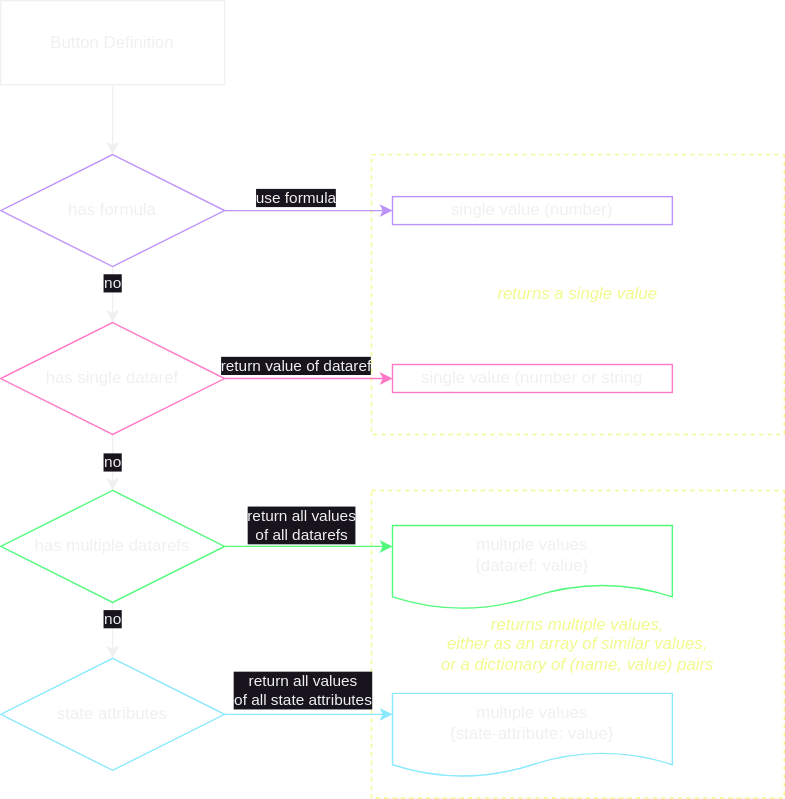
Earlier version of the draw.io export docs/images/compute value.svg (devleaks/cockpitdecks-docs). Source tidied: cells renumbered, new cells last; positions are measured from the earlier drawing's top-left corner, leaving out a move shared by most shapes. Its diagram source:
```xml
<mxGraphModel>
  <root>
    <mxCell id="0" />
    <mxCell id="1" parent="0" />
    <mxCell id="2" value="returns a single value" style="rounded=0;whiteSpace=wrap;html=1;fillColor=none;align=center;dashed=1;fontStyle=2;strokeColor=#F1FA8C;fontColor=#F1FA8C;perimeterSpacing=0;spacing=17;" parent="1" vertex="1">
      <mxGeometry x="265" y="110" width="295" height="200" as="geometry" />
    </mxCell>
    <mxCell id="3" value="returns multiple values,&lt;br&gt;either as an array of similar values,&lt;br&gt;or a dictionary of (name, value) pairs" style="rounded=0;whiteSpace=wrap;html=1;fillColor=none;align=center;dashed=1;fontStyle=2;strokeColor=#F1FA8C;fontColor=#F1FA8C;perimeterSpacing=0;spacing=17;" parent="1" vertex="1">
      <mxGeometry x="265" y="350" width="295" height="220" as="geometry" />
    </mxCell>
    <mxCell id="4" style="edgeStyle=orthogonalEdgeStyle;rounded=0;jettySize=auto;html=1;entryX=0;entryY=0.5;entryDx=0;entryDy=0;strokeColor=#BD93F9;" parent="1" edge="1" source="8" target="18">
      <mxGeometry relative="1" as="geometry" />
    </mxCell>
    <mxCell id="5" value="use formula" style="edgeLabel;html=1;align=center;verticalAlign=middle;" parent="4" vertex="1">
      <mxGeometry x="0.15" y="1" relative="1" as="geometry">
        <mxPoint x="-19" y="-9" as="offset" />
      </mxGeometry>
    </mxCell>
    <mxCell id="6" style="edgeStyle=orthogonalEdgeStyle;rounded=0;jettySize=auto;html=1;entryX=0.5;entryY=0;entryDx=0;entryDy=0;" parent="1" edge="1" source="8" target="12">
      <mxGeometry relative="1" as="geometry">
        <Array as="points">
          <mxPoint x="80" y="210" />
          <mxPoint x="80" y="210" />
        </Array>
      </mxGeometry>
    </mxCell>
    <mxCell id="7" value="no" style="edgeLabel;html=1;align=center;verticalAlign=middle;" parent="6" vertex="1">
      <mxGeometry x="-0.43" y="-1" relative="1" as="geometry" />
    </mxCell>
    <mxCell id="8" value="has formula" style="rhombus;whiteSpace=wrap;html=1;fillColor=none;strokeColor=#BD93F9;" parent="1" vertex="1">
      <mxGeometry y="110" width="160" height="80" as="geometry" />
    </mxCell>
    <mxCell id="9" style="edgeStyle=orthogonalEdgeStyle;rounded=0;jettySize=auto;html=1;entryX=0;entryY=0.5;entryDx=0;entryDy=0;strokeColor=#FF79C6;" parent="1" edge="1" source="12" target="19">
      <mxGeometry relative="1" as="geometry" />
    </mxCell>
    <mxCell id="10" value="return value of dataref" style="edgeLabel;html=1;align=center;verticalAlign=middle;" parent="9" vertex="1">
      <mxGeometry x="-0.4" y="-1" relative="1" as="geometry">
        <mxPoint x="14" y="-11" as="offset" />
      </mxGeometry>
    </mxCell>
    <mxCell id="11" value="no" style="edgeStyle=orthogonalEdgeStyle;rounded=0;jettySize=auto;html=1;entryX=0.5;entryY=0;entryDx=0;entryDy=0;" parent="1" edge="1" source="12" target="17">
      <mxGeometry relative="1" as="geometry" />
    </mxCell>
    <mxCell id="12" value="has single dataref" style="rhombus;whiteSpace=wrap;html=1;fillColor=none;strokeColor=#FF79C6;" parent="1" vertex="1">
      <mxGeometry y="230" width="160" height="80" as="geometry" />
    </mxCell>
    <mxCell id="13" style="edgeStyle=orthogonalEdgeStyle;rounded=0;jettySize=auto;html=1;entryX=0;entryY=0.25;entryDx=0;entryDy=0;strokeColor=#50FA7B;" parent="1" edge="1" source="17" target="20">
      <mxGeometry relative="1" as="geometry">
        <Array as="points">
          <mxPoint x="210" y="390" />
          <mxPoint x="210" y="390" />
        </Array>
      </mxGeometry>
    </mxCell>
    <mxCell id="14" value="return all values&lt;div&gt;of all datarefs&lt;/div&gt;" style="edgeLabel;html=1;align=center;verticalAlign=middle;" parent="13" vertex="1">
      <mxGeometry x="-0.17" y="3" relative="1" as="geometry">
        <mxPoint x="4" y="-13" as="offset" />
      </mxGeometry>
    </mxCell>
    <mxCell id="15" style="edgeStyle=orthogonalEdgeStyle;rounded=0;jettySize=auto;html=1;entryX=0.5;entryY=0;entryDx=0;entryDy=0;" parent="1" edge="1" source="17" target="23">
      <mxGeometry relative="1" as="geometry" />
    </mxCell>
    <mxCell id="16" value="no" style="edgeLabel;html=1;align=center;verticalAlign=middle;" parent="15" vertex="1">
      <mxGeometry x="-0.44" y="-1" relative="1" as="geometry" />
    </mxCell>
    <mxCell id="17" value="has multiple datarefs" style="rhombus;whiteSpace=wrap;html=1;fillColor=none;strokeColor=#50FA7B;" parent="1" vertex="1">
      <mxGeometry y="350" width="160" height="80" as="geometry" />
    </mxCell>
    <mxCell id="18" value="single value (number)" style="rounded=0;whiteSpace=wrap;html=1;fillColor=none;strokeColor=#BD93F9;" parent="1" vertex="1">
      <mxGeometry x="280" y="140" width="200" height="20" as="geometry" />
    </mxCell>
    <mxCell id="19" value="single value (number or string" style="rounded=0;whiteSpace=wrap;html=1;fillColor=none;strokeColor=#FF79C6;" parent="1" vertex="1">
      <mxGeometry x="280" y="260" width="200" height="20" as="geometry" />
    </mxCell>
    <mxCell id="20" value="multiple values&lt;div&gt;{dataref: value}&lt;/div&gt;" style="shape=document;whiteSpace=wrap;html=1;boundedLbl=1;fillColor=none;strokeColor=#50FA7B;" parent="1" vertex="1">
      <mxGeometry x="280" y="375" width="200" height="60" as="geometry" />
    </mxCell>
    <mxCell id="21" style="edgeStyle=orthogonalEdgeStyle;rounded=0;jettySize=auto;html=1;entryX=0;entryY=0.25;entryDx=0;entryDy=0;strokeColor=#8BE9FD;" parent="1" edge="1" source="23" target="24">
      <mxGeometry relative="1" as="geometry" />
    </mxCell>
    <mxCell id="22" value="return all values&lt;div&gt;of all state attributes&lt;/div&gt;" style="edgeLabel;html=1;align=center;verticalAlign=middle;" parent="21" vertex="1">
      <mxGeometry x="-0.08" y="4" relative="1" as="geometry">
        <mxPoint y="-14" as="offset" />
      </mxGeometry>
    </mxCell>
    <mxCell id="23" value="state attributes" style="rhombus;whiteSpace=wrap;html=1;fillColor=none;strokeColor=#8BE9FD;" parent="1" vertex="1">
      <mxGeometry y="470" width="160" height="80" as="geometry" />
    </mxCell>
    <mxCell id="24" value="multiple values&lt;div&gt;{state-attribute: value}&lt;/div&gt;" style="shape=document;whiteSpace=wrap;html=1;boundedLbl=1;fillColor=none;strokeColor=#8BE9FD;" parent="1" vertex="1">
      <mxGeometry x="280" y="495" width="200" height="60" as="geometry" />
    </mxCell>
    <mxCell id="25" style="edgeStyle=orthogonalEdgeStyle;rounded=0;jettySize=auto;html=1;" parent="1" edge="1" source="26" target="8">
      <mxGeometry relative="1" as="geometry" />
    </mxCell>
    <mxCell id="26" value="Button Definition" style="rounded=0;whiteSpace=wrap;html=1;fillColor=none;" parent="1" vertex="1">
      <mxGeometry width="160" height="60" as="geometry" />
    </mxCell>
  </root>
</mxGraphModel>
```
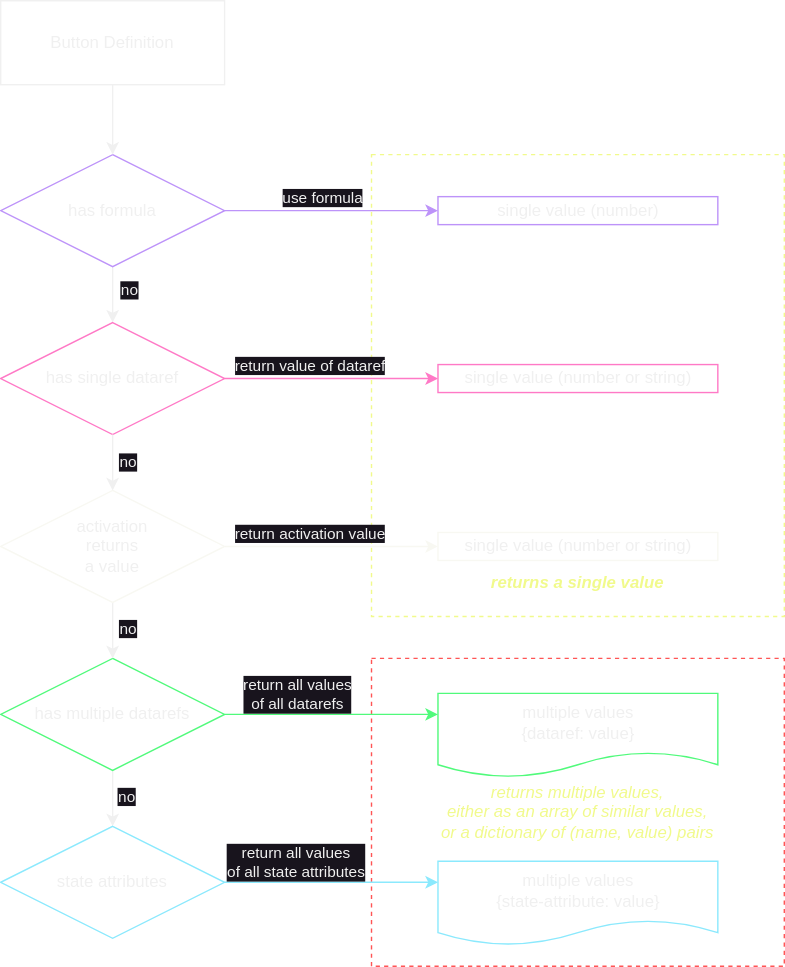
The same diagram one commit later.

What changed in the source:
```diff
@@ -2,11 +2,11 @@
   <root>
     <mxCell id="0" />
     <mxCell id="1" parent="0" />
-    <mxCell id="2" value="returns a single value" style="rounded=0;whiteSpace=wrap;html=1;fillColor=none;align=center;dashed=1;fontStyle=2;strokeColor=#F1FA8C;fontColor=#F1FA8C;perimeterSpacing=0;spacing=17;" parent="1" vertex="1">
-      <mxGeometry x="265" y="110" width="295" height="200" as="geometry" />
+    <mxCell id="2" value="&lt;b&gt;returns a single value&lt;/b&gt;" style="rounded=0;whiteSpace=wrap;html=1;fillColor=none;align=center;dashed=1;fontStyle=2;strokeColor=#F1FA8C;fontColor=#F1FA8C;perimeterSpacing=0;spacing=17;verticalAlign=bottom;" parent="1" vertex="1">
+      <mxGeometry x="265" y="110" width="295" height="330" as="geometry" />
     </mxCell>
-    <mxCell id="3" value="returns multiple values,&lt;br&gt;either as an array of similar values,&lt;br&gt;or a dictionary of (name, value) pairs" style="rounded=0;whiteSpace=wrap;html=1;fillColor=none;align=center;dashed=1;fontStyle=2;strokeColor=#F1FA8C;fontColor=#F1FA8C;perimeterSpacing=0;spacing=17;" parent="1" vertex="1">
-      <mxGeometry x="265" y="350" width="295" height="220" as="geometry" />
+    <mxCell id="3" value="returns multiple values,&lt;br&gt;either as an array of similar values,&lt;br&gt;or a dictionary of (name, value) pairs" style="rounded=0;whiteSpace=wrap;html=1;fillColor=none;align=center;dashed=1;fontStyle=2;strokeColor=#FF5555;fontColor=#F1FA8C;perimeterSpacing=0;spacing=17;" parent="1" vertex="1">
+      <mxGeometry x="265" y="470" width="295" height="220" as="geometry" />
     </mxCell>
     <mxCell id="4" style="edgeStyle=orthogonalEdgeStyle;rounded=0;jettySize=auto;html=1;entryX=0;entryY=0.5;entryDx=0;entryDy=0;strokeColor=#BD93F9;" parent="1" edge="1" source="8" target="18">
       <mxGeometry relative="1" as="geometry" />
@@ -16,16 +16,13 @@
         <mxPoint x="-19" y="-9" as="offset" />
       </mxGeometry>
     </mxCell>
-    <mxCell id="6" style="edgeStyle=orthogonalEdgeStyle;rounded=0;jettySize=auto;html=1;entryX=0.5;entryY=0;entryDx=0;entryDy=0;" parent="1" edge="1" source="8" target="12">
-      <mxGeometry relative="1" as="geometry">
-        <Array as="points">
-          <mxPoint x="80" y="210" />
-          <mxPoint x="80" y="210" />
-        </Array>
-      </mxGeometry>
+    <mxCell id="6" style="rounded=0;jettySize=auto;html=1;entryX=0.5;entryY=0;entryDx=0;entryDy=0;exitX=0.5;exitY=1;exitDx=0;exitDy=0;" parent="1" edge="1" source="8" target="12">
+      <mxGeometry relative="1" as="geometry" />
     </mxCell>
     <mxCell id="7" value="no" style="edgeLabel;html=1;align=center;verticalAlign=middle;" parent="6" vertex="1">
-      <mxGeometry x="-0.43" y="-1" relative="1" as="geometry" />
+      <mxGeometry x="-0.43" y="-1" relative="1" as="geometry">
+        <mxPoint x="12" y="5" as="offset" />
+      </mxGeometry>
     </mxCell>
     <mxCell id="8" value="has formula" style="rhombus;whiteSpace=wrap;html=1;fillColor=none;strokeColor=#BD93F9;" parent="1" vertex="1">
       <mxGeometry y="110" width="160" height="80" as="geometry" />
@@ -38,56 +35,50 @@
         <mxPoint x="14" y="-11" as="offset" />
       </mxGeometry>
     </mxCell>
-    <mxCell id="11" value="no" style="edgeStyle=orthogonalEdgeStyle;rounded=0;jettySize=auto;html=1;entryX=0.5;entryY=0;entryDx=0;entryDy=0;" parent="1" edge="1" source="12" target="17">
-      <mxGeometry relative="1" as="geometry" />
-    </mxCell>
     <mxCell id="12" value="has single dataref" style="rhombus;whiteSpace=wrap;html=1;fillColor=none;strokeColor=#FF79C6;" parent="1" vertex="1">
       <mxGeometry y="230" width="160" height="80" as="geometry" />
     </mxCell>
+    <mxCell id="15" style="rounded=0;jettySize=auto;html=1;entryX=0.5;entryY=0;entryDx=0;entryDy=0;" parent="1" edge="1" source="17" target="23">
+      <mxGeometry relative="1" as="geometry" />
+    </mxCell>
+    <mxCell id="16" value="no" style="edgeLabel;html=1;align=center;verticalAlign=middle;" parent="15" vertex="1">
+      <mxGeometry x="-0.44" y="-1" relative="1" as="geometry">
+        <mxPoint x="10" y="7" as="offset" />
+      </mxGeometry>
+    </mxCell>
     <mxCell id="13" style="edgeStyle=orthogonalEdgeStyle;rounded=0;jettySize=auto;html=1;entryX=0;entryY=0.25;entryDx=0;entryDy=0;strokeColor=#50FA7B;" parent="1" edge="1" source="17" target="20">
-      <mxGeometry relative="1" as="geometry">
-        <Array as="points">
-          <mxPoint x="210" y="390" />
-          <mxPoint x="210" y="390" />
-        </Array>
-      </mxGeometry>
+      <mxGeometry relative="1" as="geometry" />
     </mxCell>
     <mxCell id="14" value="return all values&lt;div&gt;of all datarefs&lt;/div&gt;" style="edgeLabel;html=1;align=center;verticalAlign=middle;" parent="13" vertex="1">
-      <mxGeometry x="-0.17" y="3" relative="1" as="geometry">
-        <mxPoint x="4" y="-13" as="offset" />
+      <mxGeometry x="-0.2" y="4" relative="1" as="geometry">
+        <mxPoint x="-10" y="-11" as="offset" />
       </mxGeometry>
     </mxCell>
-    <mxCell id="15" style="edgeStyle=orthogonalEdgeStyle;rounded=0;jettySize=auto;html=1;entryX=0.5;entryY=0;entryDx=0;entryDy=0;" parent="1" edge="1" source="17" target="23">
-      <mxGeometry relative="1" as="geometry" />
-    </mxCell>
-    <mxCell id="16" value="no" style="edgeLabel;html=1;align=center;verticalAlign=middle;" parent="15" vertex="1">
-      <mxGeometry x="-0.44" y="-1" relative="1" as="geometry" />
-    </mxCell>
     <mxCell id="17" value="has multiple datarefs" style="rhombus;whiteSpace=wrap;html=1;fillColor=none;strokeColor=#50FA7B;" parent="1" vertex="1">
-      <mxGeometry y="350" width="160" height="80" as="geometry" />
+      <mxGeometry y="470" width="160" height="80" as="geometry" />
     </mxCell>
     <mxCell id="18" value="single value (number)" style="rounded=0;whiteSpace=wrap;html=1;fillColor=none;strokeColor=#BD93F9;" parent="1" vertex="1">
-      <mxGeometry x="280" y="140" width="200" height="20" as="geometry" />
+      <mxGeometry x="312.5" y="140" width="200" height="20" as="geometry" />
     </mxCell>
-    <mxCell id="19" value="single value (number or string" style="rounded=0;whiteSpace=wrap;html=1;fillColor=none;strokeColor=#FF79C6;" parent="1" vertex="1">
-      <mxGeometry x="280" y="260" width="200" height="20" as="geometry" />
+    <mxCell id="19" value="single value (number or string)" style="rounded=0;whiteSpace=wrap;html=1;fillColor=none;strokeColor=#FF79C6;" parent="1" vertex="1">
+      <mxGeometry x="312.5" y="260" width="200" height="20" as="geometry" />
     </mxCell>
     <mxCell id="20" value="multiple values&lt;div&gt;{dataref: value}&lt;/div&gt;" style="shape=document;whiteSpace=wrap;html=1;boundedLbl=1;fillColor=none;strokeColor=#50FA7B;" parent="1" vertex="1">
-      <mxGeometry x="280" y="375" width="200" height="60" as="geometry" />
+      <mxGeometry x="312.5" y="495" width="200" height="60" as="geometry" />
     </mxCell>
     <mxCell id="21" style="edgeStyle=orthogonalEdgeStyle;rounded=0;jettySize=auto;html=1;entryX=0;entryY=0.25;entryDx=0;entryDy=0;strokeColor=#8BE9FD;" parent="1" edge="1" source="23" target="24">
       <mxGeometry relative="1" as="geometry" />
     </mxCell>
     <mxCell id="22" value="return all values&lt;div&gt;of all state attributes&lt;/div&gt;" style="edgeLabel;html=1;align=center;verticalAlign=middle;" parent="21" vertex="1">
       <mxGeometry x="-0.08" y="4" relative="1" as="geometry">
-        <mxPoint y="-14" as="offset" />
+        <mxPoint x="-20" y="-11" as="offset" />
       </mxGeometry>
     </mxCell>
     <mxCell id="23" value="state attributes" style="rhombus;whiteSpace=wrap;html=1;fillColor=none;strokeColor=#8BE9FD;" parent="1" vertex="1">
-      <mxGeometry y="470" width="160" height="80" as="geometry" />
+      <mxGeometry y="590" width="160" height="80" as="geometry" />
     </mxCell>
     <mxCell id="24" value="multiple values&lt;div&gt;{state-attribute: value}&lt;/div&gt;" style="shape=document;whiteSpace=wrap;html=1;boundedLbl=1;fillColor=none;strokeColor=#8BE9FD;" parent="1" vertex="1">
-      <mxGeometry x="280" y="495" width="200" height="60" as="geometry" />
+      <mxGeometry x="312.5" y="615" width="200" height="60" as="geometry" />
     </mxCell>
     <mxCell id="25" style="edgeStyle=orthogonalEdgeStyle;rounded=0;jettySize=auto;html=1;" parent="1" edge="1" source="26" target="8">
       <mxGeometry relative="1" as="geometry" />
@@ -95,5 +86,35 @@
     <mxCell id="26" value="Button Definition" style="rounded=0;whiteSpace=wrap;html=1;fillColor=none;" parent="1" vertex="1">
       <mxGeometry width="160" height="60" as="geometry" />
     </mxCell>
+    <mxCell id="27" style="rounded=0;jettySize=auto;html=1;entryX=0.5;entryY=0;entryDx=0;entryDy=0;exitX=0.5;exitY=1;exitDx=0;exitDy=0;" parent="1" edge="1" source="12" target="33">
+      <mxGeometry relative="1" as="geometry" />
+    </mxCell>
+    <mxCell id="28" value="no" style="edgeLabel;html=1;align=center;verticalAlign=middle;" parent="27" vertex="1">
+      <mxGeometry x="0.4" y="1" relative="1" as="geometry">
+        <mxPoint x="9" y="-9" as="offset" />
+      </mxGeometry>
+    </mxCell>
+    <mxCell id="29" style="edgeStyle=orthogonalEdgeStyle;rounded=0;jettySize=auto;html=1;exitX=1;exitY=0.5;exitDx=0;exitDy=0;entryX=0;entryY=0.5;entryDx=0;entryDy=0;strokeColor=#F8F8F2;" parent="1" edge="1" source="33" target="34">
+      <mxGeometry relative="1" as="geometry" />
+    </mxCell>
+    <mxCell id="30" value="return activation value" style="edgeLabel;html=1;align=center;verticalAlign=middle;" parent="29" vertex="1">
+      <mxGeometry x="-0.5" y="5" relative="1" as="geometry">
+        <mxPoint x="22" y="-5" as="offset" />
+      </mxGeometry>
+    </mxCell>
+    <mxCell id="31" style="rounded=0;jettySize=auto;html=1;exitX=0.5;exitY=1;exitDx=0;exitDy=0;entryX=0.5;entryY=0;entryDx=0;entryDy=0;" parent="1" edge="1" source="33" target="17">
+      <mxGeometry relative="1" as="geometry" />
+    </mxCell>
+    <mxCell id="32" value="no" style="edgeLabel;html=1;align=center;verticalAlign=middle;" parent="31" vertex="1">
+      <mxGeometry y="-1" relative="1" as="geometry">
+        <mxPoint x="11" y="-2" as="offset" />
+      </mxGeometry>
+    </mxCell>
+    <mxCell id="33" value="activation&lt;div&gt;returns&lt;/div&gt;&lt;div&gt;a value&lt;/div&gt;" style="rhombus;whiteSpace=wrap;html=1;strokeColor=#F8F8F2;fillColor=none;" parent="1" vertex="1">
+      <mxGeometry y="350" width="160" height="80" as="geometry" />
+    </mxCell>
+    <mxCell id="34" value="single value (number or string)" style="rounded=0;whiteSpace=wrap;html=1;fillColor=none;strokeColor=#F8F8F2;" parent="1" vertex="1">
+      <mxGeometry x="312.5" y="380" width="200" height="20" as="geometry" />
+    </mxCell>
   </root>
 </mxGraphModel>
```
